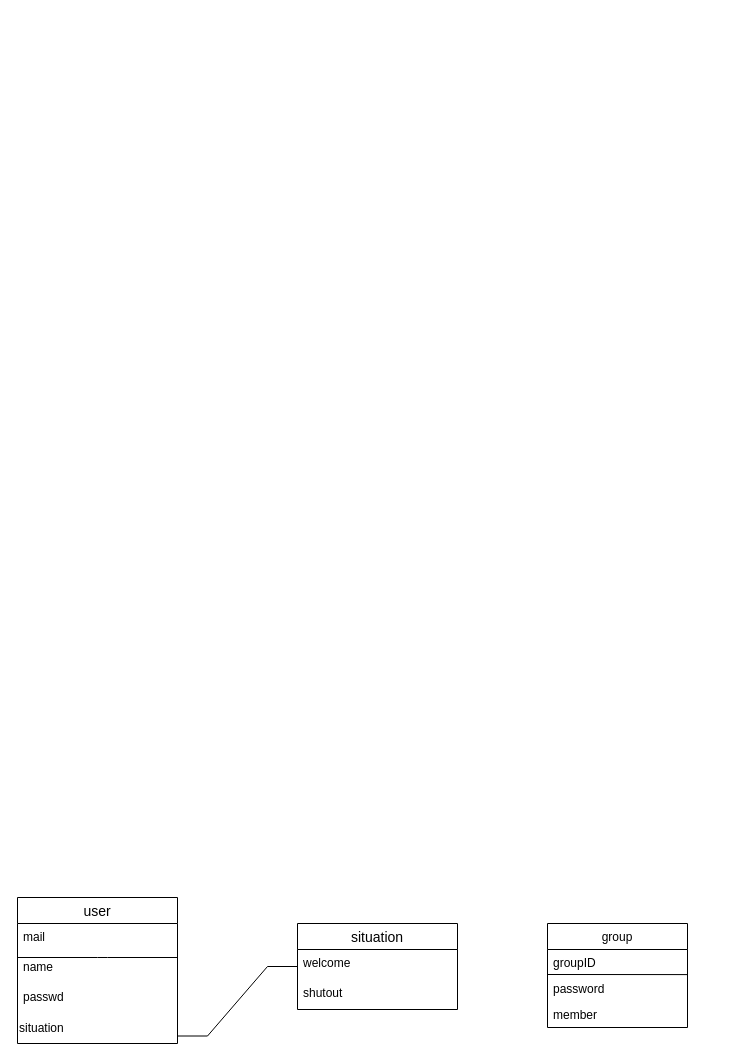
ringohoka/AnnounceSituation keeps this draw.io diagram as page "データベース" (1 of 3) of 画面設計.drawio. Above is the earlier version. Source tidied: cells renumbered, new cells numbered last; positions are measured from the earlier drawing's top-left corner, leaving out a move shared by most shapes. Both pictures are drawn from the tidied source at 100%, with x=0, y=0 at pixel (17, 897).
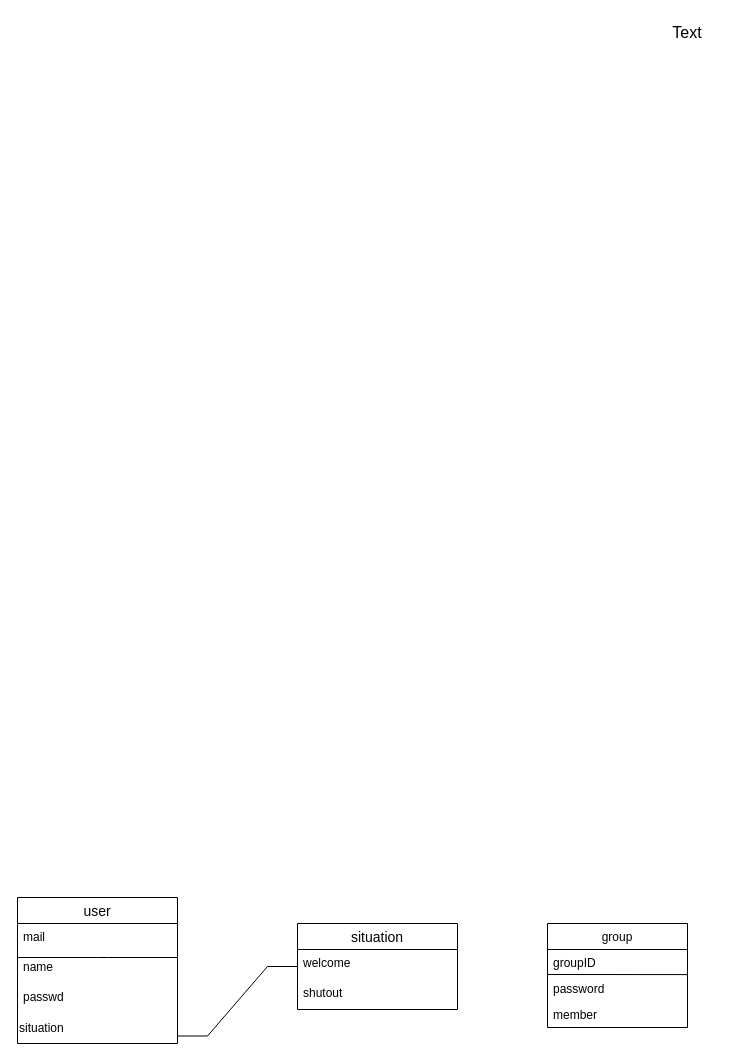
The same page after the edit.

Diff of the diagram source:
```diff
@@
+    <mxCell id="17" value="Text" style="text;strokeColor=none;fillColor=none;html=1;align=center;verticalAlign=middle;whiteSpace=wrap;rounded=0;fontSize=16;" parent="1" vertex="1">
+      <mxGeometry x="640" y="-880" width="60" height="30" as="geometry" />
+    </mxCell>
```
